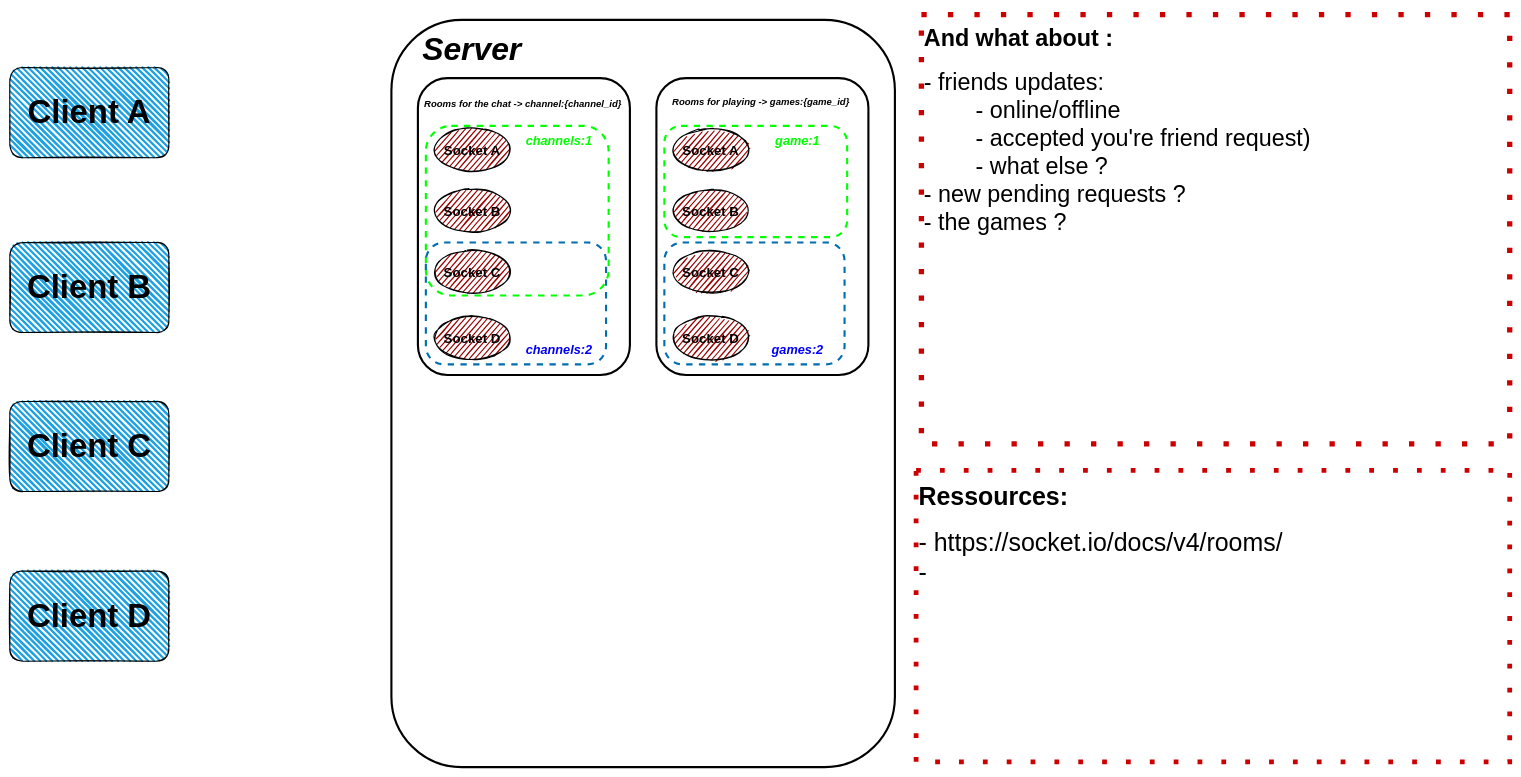
Before: page "Socket /app Architecture for chat" (3 of 3) of reference/db-schema-v2.drawio in Working-From-Home/ft_transcendence, a draw.io diagram. Source tidied: cells renumbered, new cells numbered last; positions are measured from the earlier drawing's top-left corner, leaving out a move shared by most shapes. Both pictures are drawn from the tidied source at 53%, with x=0, y=0 at pixel (10, 14).
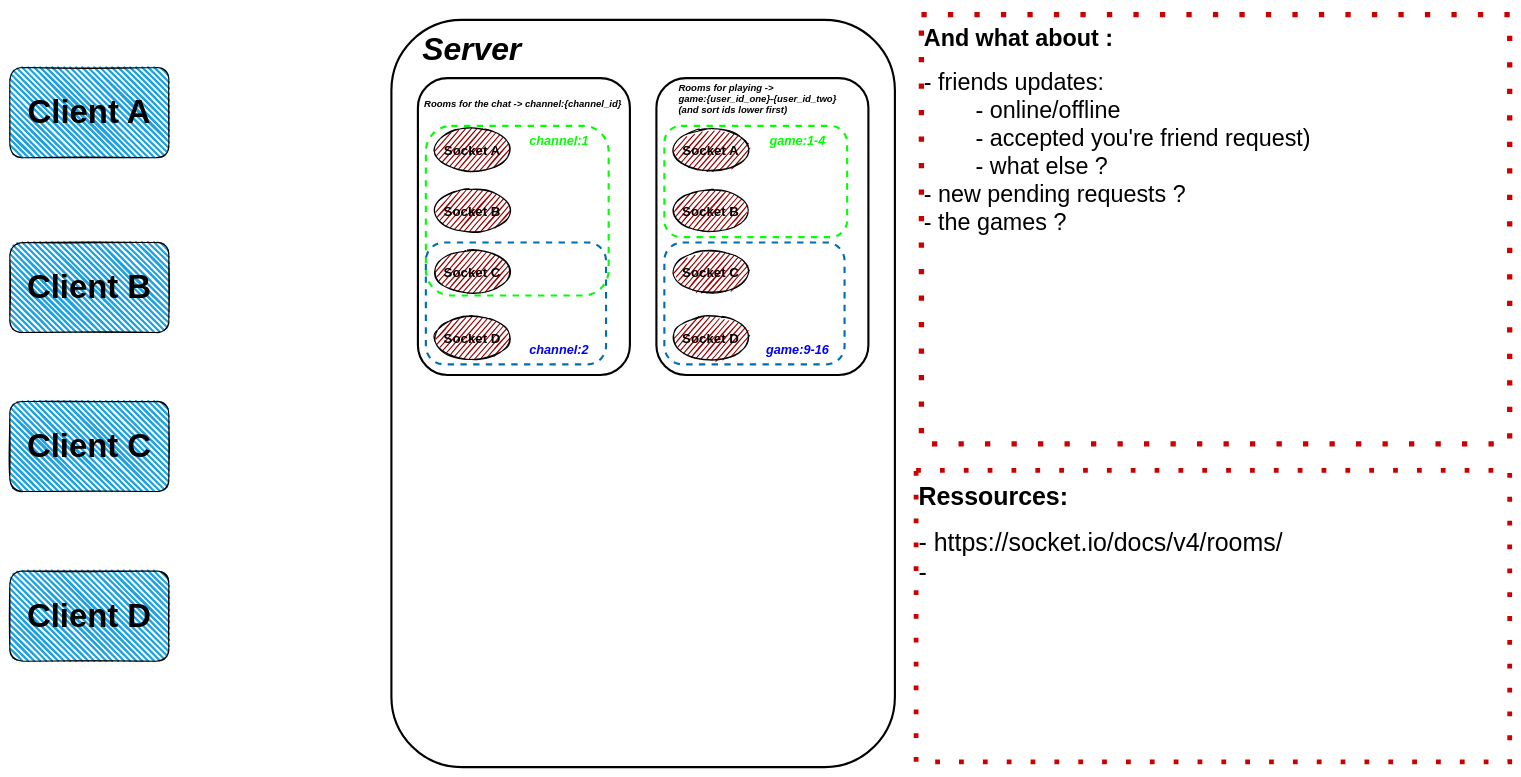
The same page after the edit.

Unchanged cells that the change refers to:
```xml
<mxCell id="4" style="rounded=1;whiteSpace=wrap;html=1;arcSize=14;absoluteArcSize=0;strokeWidth=4;" parent="2" vertex="1">
  <mxGeometry x="500" y="110" width="400" height="560" as="geometry" />
</mxCell>
<mxCell id="14" style="rounded=1;whiteSpace=wrap;html=1;arcSize=14;absoluteArcSize=0;strokeWidth=4;" parent="2" vertex="1">
  <mxGeometry x="50" y="110" width="400" height="560" as="geometry" />
</mxCell>
```

Diff of the diagram source:
```diff
@@
-    <mxCell id="5" value="&lt;b style=&quot;font-size: x-small&quot;&gt;&lt;i style=&quot;font-size: 18px&quot;&gt;Rooms for playing -&amp;gt; games:{game_id}&lt;/i&gt;&lt;/b&gt;" style="text;html=1;strokeColor=none;fillColor=none;align=left;verticalAlign=middle;whiteSpace=wrap;rounded=0;" parent="4" vertex="1">
-      <mxGeometry x="28.3" y="20" width="371.7" height="50" as="geometry" />
+    <mxCell id="5" value="&lt;b style=&quot;font-size: x-small&quot;&gt;&lt;i style=&quot;font-size: 18px&quot;&gt;Rooms for playing -&amp;gt;&lt;br&gt;game:{user_id_one}-{user_id_two}&lt;br&gt;(and sort ids lower first)&lt;br&gt;&lt;/i&gt;&lt;/b&gt;" style="text;html=1;strokeColor=none;fillColor=none;align=left;verticalAlign=middle;whiteSpace=wrap;rounded=0;" parent="4" vertex="1">
+      <mxGeometry x="40" y="10" width="371.7" height="60" as="geometry" />
     </mxCell>
@@
-    <mxCell id="12" value="&lt;font style=&quot;font-size: 24px&quot; color=&quot;#0000ff&quot;&gt;&lt;b&gt;&lt;i&gt;games:2&lt;/i&gt;&lt;/b&gt;&lt;/font&gt;" style="text;html=1;strokeColor=none;fillColor=none;align=center;verticalAlign=middle;whiteSpace=wrap;rounded=0;" parent="4" vertex="1">
+    <mxCell id="12" value="&lt;font style=&quot;font-size: 24px&quot; color=&quot;#0000ff&quot;&gt;&lt;b&gt;&lt;i&gt;game:9-16&lt;/i&gt;&lt;/b&gt;&lt;/font&gt;" style="text;html=1;strokeColor=none;fillColor=none;align=center;verticalAlign=middle;whiteSpace=wrap;rounded=0;" parent="4" vertex="1">
       <mxGeometry x="177.6" y="493.9" width="177" height="36.1" as="geometry" />
     </mxCell>
-    <mxCell id="13" value="&lt;font style=&quot;font-size: 24px&quot; color=&quot;#00ff00&quot;&gt;&lt;b&gt;&lt;i&gt;game:1&lt;/i&gt;&lt;/b&gt;&lt;/font&gt;" style="text;html=1;strokeColor=none;fillColor=none;align=center;verticalAlign=middle;whiteSpace=wrap;rounded=0;" parent="4" vertex="1">
+    <mxCell id="13" value="&lt;font style=&quot;font-size: 24px&quot; color=&quot;#00ff00&quot;&gt;&lt;b&gt;&lt;i&gt;game:1-4&lt;/i&gt;&lt;/b&gt;&lt;/font&gt;" style="text;html=1;strokeColor=none;fillColor=none;align=center;verticalAlign=middle;whiteSpace=wrap;rounded=0;" parent="4" vertex="1">
       <mxGeometry x="177.6" y="100" width="177" height="36.1" as="geometry" />
     </mxCell>
@@
-    <mxCell id="22" value="&lt;font style=&quot;font-size: 24px&quot; color=&quot;#0000ff&quot;&gt;&lt;b&gt;&lt;i&gt;channels:2&lt;/i&gt;&lt;/b&gt;&lt;/font&gt;" style="text;html=1;strokeColor=none;fillColor=none;align=center;verticalAlign=middle;whiteSpace=wrap;rounded=0;" parent="14" vertex="1">
+    <mxCell id="22" value="&lt;font style=&quot;font-size: 24px&quot; color=&quot;#0000ff&quot;&gt;&lt;b&gt;&lt;i&gt;channel:2&lt;/i&gt;&lt;/b&gt;&lt;/font&gt;" style="text;html=1;strokeColor=none;fillColor=none;align=center;verticalAlign=middle;whiteSpace=wrap;rounded=0;" parent="14" vertex="1">
       <mxGeometry x="177.6" y="493.9" width="177" height="36.1" as="geometry" />
     </mxCell>
-    <mxCell id="23" value="&lt;font style=&quot;font-size: 24px&quot; color=&quot;#00ff00&quot;&gt;&lt;b&gt;&lt;i&gt;channels:1&lt;/i&gt;&lt;/b&gt;&lt;/font&gt;" style="text;html=1;strokeColor=none;fillColor=none;align=center;verticalAlign=middle;whiteSpace=wrap;rounded=0;" parent="14" vertex="1">
+    <mxCell id="23" value="&lt;font style=&quot;font-size: 24px&quot; color=&quot;#00ff00&quot;&gt;&lt;b&gt;&lt;i&gt;channel:1&lt;/i&gt;&lt;/b&gt;&lt;/font&gt;" style="text;html=1;strokeColor=none;fillColor=none;align=center;verticalAlign=middle;whiteSpace=wrap;rounded=0;" parent="14" vertex="1">
       <mxGeometry x="177.6" y="100" width="177" height="36.1" as="geometry" />
     </mxCell>
```
